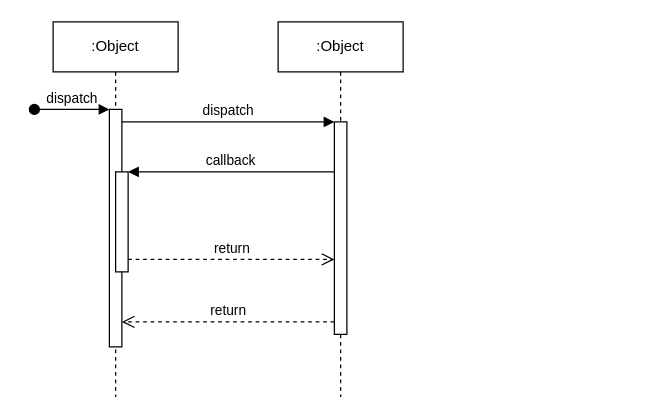
Before: 제목 없는 다이어그램.drawio in dndpd/software-project, a draw.io diagram. Source tidied: cells renumbered, new cells numbered last; positions are measured from the earlier drawing's top-left corner, leaving out a move shared by most shapes. Both pictures are drawn from the tidied source at 125%, with x=0, y=0 at pixel (34, 21).
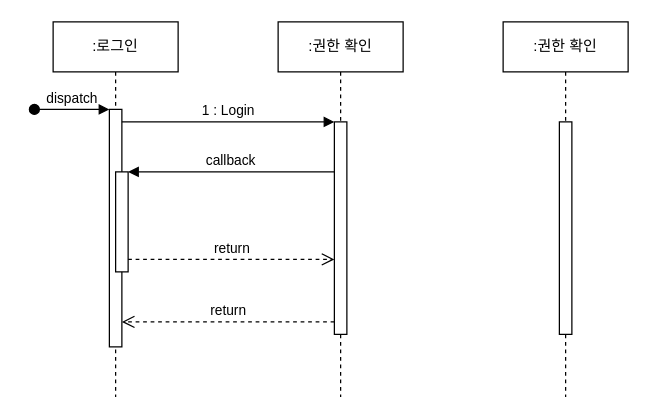
The same diagram, later.

Diff of the diagram source:
```diff
@@
 <mxGraphModel>
   <root>
     <mxCell id="0" />
     <mxCell id="1" parent="0" />
-    <mxCell id="2" value=":Object" style="shape=umlLifeline;perimeter=lifelinePerimeter;whiteSpace=wrap;html=1;newEdgeStyle={&quot;edgeStyle&quot;:&quot;elbowEdgeStyle&quot;,&quot;elbow&quot;:&quot;vertical&quot;,&quot;curved&quot;:0,&quot;rounded&quot;:0};" parent="1" vertex="1">
+    <mxCell id="2" value=":로그인" style="shape=umlLifeline;perimeter=lifelinePerimeter;whiteSpace=wrap;html=1;newEdgeStyle={&quot;edgeStyle&quot;:&quot;elbowEdgeStyle&quot;,&quot;elbow&quot;:&quot;vertical&quot;,&quot;curved&quot;:0,&quot;rounded&quot;:0};" parent="1" vertex="1">
       <mxGeometry x="15" width="100" height="300" as="geometry" />
     </mxCell>
     <mxCell id="3" style="html=1;points=[];perimeter=orthogonalPerimeter;outlineConnect=0;targetShapes=umlLifeline;portConstraint=eastwest;newEdgeStyle={&quot;edgeStyle&quot;:&quot;elbowEdgeStyle&quot;,&quot;elbow&quot;:&quot;vertical&quot;,&quot;curved&quot;:0,&quot;rounded&quot;:0};" parent="2" vertex="1">
       <mxGeometry x="45" y="70" width="10" height="190" as="geometry" />
     </mxCell>
     <mxCell id="4" value="dispatch" style="html=1;verticalAlign=bottom;startArrow=oval;endArrow=block;startSize=8;edgeStyle=elbowEdgeStyle;elbow=vertical;curved=0;rounded=0;" parent="2" edge="1" target="3">
       <mxGeometry relative="1" as="geometry">
         <mxPoint x="-15" y="70" as="sourcePoint" />
       </mxGeometry>
     </mxCell>
     <mxCell id="5" style="html=1;points=[];perimeter=orthogonalPerimeter;outlineConnect=0;targetShapes=umlLifeline;portConstraint=eastwest;newEdgeStyle={&quot;edgeStyle&quot;:&quot;elbowEdgeStyle&quot;,&quot;elbow&quot;:&quot;vertical&quot;,&quot;curved&quot;:0,&quot;rounded&quot;:0};" parent="2" vertex="1">
       <mxGeometry x="50" y="120" width="10" height="80" as="geometry" />
     </mxCell>
-    <mxCell id="6" value=":Object" style="shape=umlLifeline;perimeter=lifelinePerimeter;whiteSpace=wrap;html=1;newEdgeStyle={&quot;edgeStyle&quot;:&quot;elbowEdgeStyle&quot;,&quot;elbow&quot;:&quot;vertical&quot;,&quot;curved&quot;:0,&quot;rounded&quot;:0};" parent="1" vertex="1">
+    <mxCell id="6" value=":권한 확인" style="shape=umlLifeline;perimeter=lifelinePerimeter;whiteSpace=wrap;html=1;newEdgeStyle={&quot;edgeStyle&quot;:&quot;elbowEdgeStyle&quot;,&quot;elbow&quot;:&quot;vertical&quot;,&quot;curved&quot;:0,&quot;rounded&quot;:0};" parent="1" vertex="1">
       <mxGeometry x="195" width="100" height="300" as="geometry" />
     </mxCell>
     <mxCell id="7" style="html=1;points=[];perimeter=orthogonalPerimeter;outlineConnect=0;targetShapes=umlLifeline;portConstraint=eastwest;newEdgeStyle={&quot;edgeStyle&quot;:&quot;elbowEdgeStyle&quot;,&quot;elbow&quot;:&quot;vertical&quot;,&quot;curved&quot;:0,&quot;rounded&quot;:0};" parent="6" vertex="1">
       <mxGeometry x="45" y="80" width="10" height="170" as="geometry" />
     </mxCell>
-    <mxCell id="8" value="dispatch" style="html=1;verticalAlign=bottom;endArrow=block;edgeStyle=elbowEdgeStyle;elbow=vertical;curved=0;rounded=0;" parent="1" edge="1" source="3" target="7">
+    <mxCell id="8" value="1 : Login" style="html=1;verticalAlign=bottom;endArrow=block;edgeStyle=elbowEdgeStyle;elbow=vertical;curved=0;rounded=0;" parent="1" edge="1" source="3" target="7">
       <mxGeometry relative="1" as="geometry">
         <Array as="points">
           <mxPoint x="155" y="80" />
         </Array>
       </mxGeometry>
     </mxCell>
     <mxCell id="9" value="return" style="html=1;verticalAlign=bottom;endArrow=open;dashed=1;endSize=8;edgeStyle=elbowEdgeStyle;elbow=vertical;curved=0;rounded=0;" parent="1" edge="1" source="7" target="3">
       <mxGeometry relative="1" as="geometry">
         <Array as="points">
           <mxPoint x="165" y="240" />
         </Array>
       </mxGeometry>
     </mxCell>
     <mxCell id="10" value="callback" style="html=1;verticalAlign=bottom;endArrow=block;edgeStyle=elbowEdgeStyle;elbow=vertical;curved=0;rounded=0;" parent="1" edge="1" source="7" target="5">
       <mxGeometry relative="1" as="geometry">
         <Array as="points">
           <mxPoint x="165" y="120" />
         </Array>
       </mxGeometry>
     </mxCell>
     <mxCell id="11" value="return" style="html=1;verticalAlign=bottom;endArrow=open;dashed=1;endSize=8;edgeStyle=elbowEdgeStyle;elbow=vertical;curved=0;rounded=0;" parent="1" edge="1" source="5" target="7">
       <mxGeometry relative="1" as="geometry">
         <Array as="points">
           <mxPoint x="155" y="190" />
         </Array>
       </mxGeometry>
     </mxCell>
+    <mxCell id="12" value=":권한 확인" style="shape=umlLifeline;perimeter=lifelinePerimeter;whiteSpace=wrap;html=1;newEdgeStyle={&quot;edgeStyle&quot;:&quot;elbowEdgeStyle&quot;,&quot;elbow&quot;:&quot;vertical&quot;,&quot;curved&quot;:0,&quot;rounded&quot;:0};" parent="1" vertex="1">
+      <mxGeometry x="375" width="100" height="300" as="geometry" />
+    </mxCell>
+    <mxCell id="13" style="html=1;perimeter=orthogonalPerimeter;targetShapes=umlLifeline;newEdgeStyle={&quot;edgeStyle&quot;:&quot;elbowEdgeStyle&quot;,&quot;elbow&quot;:&quot;vertical&quot;,&quot;curved&quot;:0,&quot;rounded&quot;:0};" parent="12" vertex="1">
+      <mxGeometry x="45" y="80" width="10" height="170" as="geometry" />
+    </mxCell>
   </root>
 </mxGraphModel>
```
